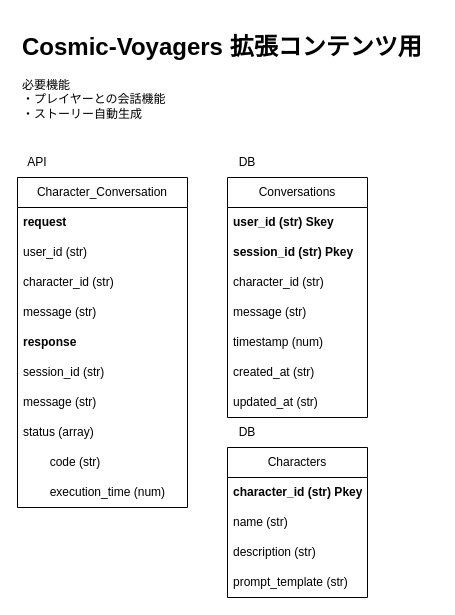
The draw.io diagram map.drawio in AntiInsufficientSleep/Cosmic-Voyagers-backend, before the edit. Source tidied: cells renumbered, new cells numbered last; positions are measured from the earlier drawing's top-left corner, leaving out a move shared by most shapes. Both pictures are drawn from the tidied source at 100%, with x=0, y=0 at pixel (17, 27).
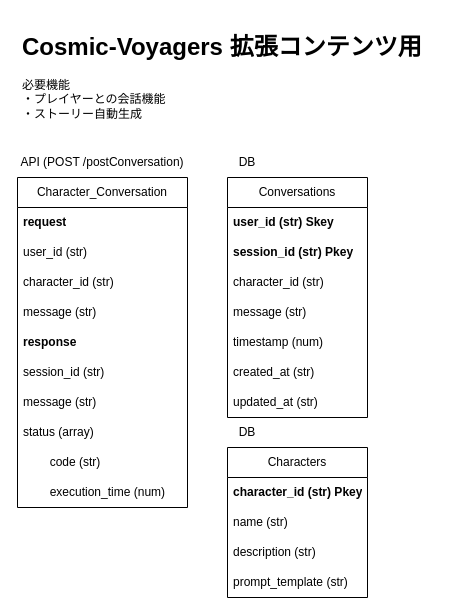
The same page after the edit.

Commit message:
update: api Gatewayを使用する構成に変更

Diff of the diagram source:
```diff
@@
-    <mxCell id="2" value="API" style="text;html=1;strokeColor=none;fillColor=none;align=center;verticalAlign=middle;whiteSpace=wrap;rounded=0;" parent="1" vertex="1">
-      <mxGeometry y="120" width="40" height="30" as="geometry" />
+    <mxCell id="2" value="API (POST /postConversation)" style="text;html=1;strokeColor=none;fillColor=none;align=center;verticalAlign=middle;whiteSpace=wrap;rounded=0;" parent="1" vertex="1">
+      <mxGeometry y="120" width="170" height="30" as="geometry" />
     </mxCell>
```
